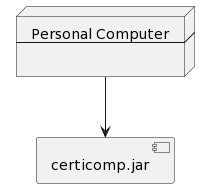
febres35/EdTech_IS keeps this PlantUML diagram as deployDiagram/Diagrama de despliegue.png. Above is the earlier version.
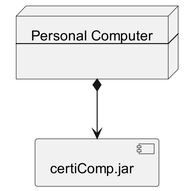
The same file after the commit.

Commit message:
[ Diagrama de Despliegue ]

The edit, as a diff of the source:
```diff
@@ -1,11 +1,13 @@
-@startuml
+@startuml "Diagrama de despliegue"
+skinparam dpi 300
 node node[
   Personal Computer
   --
 
 ]
 
-component certicomp.jar
+component certiComp.jar
 
-node --> certicomp.jar
+node *--> certiComp.jar
+
 @enduml
```
